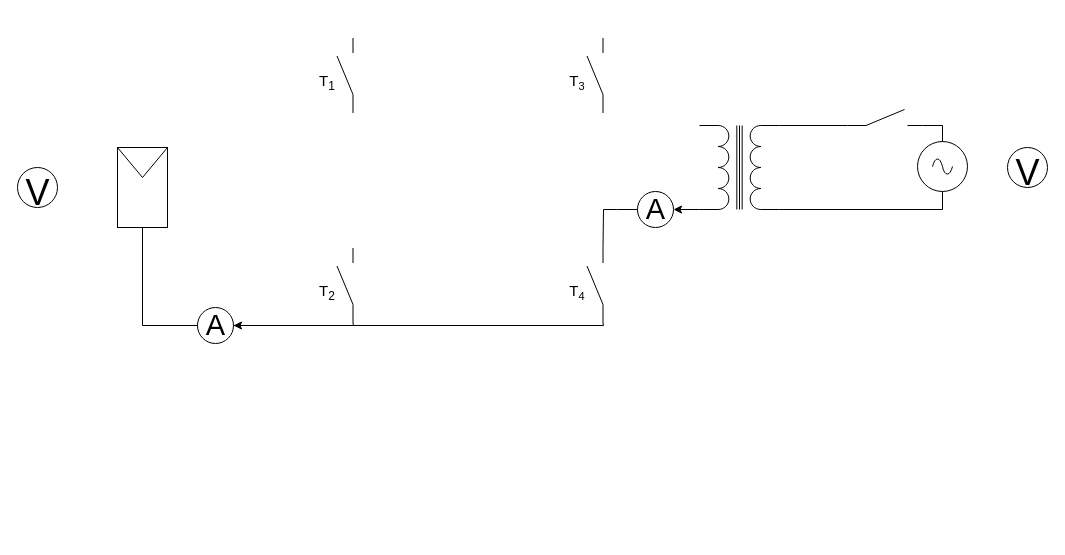
The draw.io diagram Regelungskreis_FS.drawio in Lostqw1/Funfun, before the edit. Source tidied: cells renumbered, new cells numbered last; positions are measured from the earlier drawing's top-left corner, leaving out a move shared by most shapes. Both pictures are drawn from the tidied source at 100%, with x=0, y=0 at pixel (17, 67).
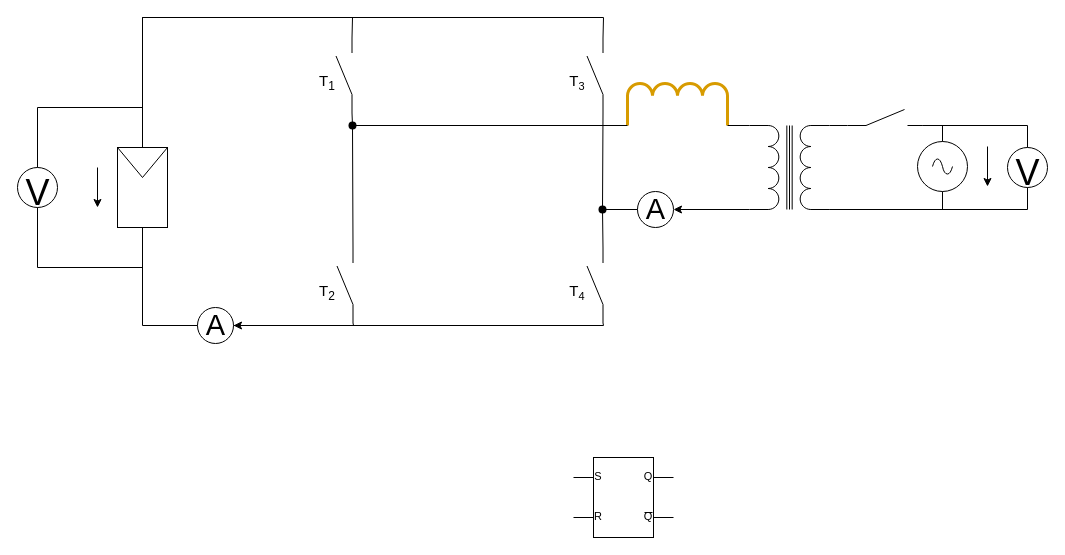
The same page after the edit.

The change refers to these unchanged cells:
```xml
<mxCell id="3" style="rounded=0;whiteSpace=wrap;html=1;" parent="1" vertex="1">
  <mxGeometry x="100" y="80" width="50" height="80" as="geometry" />
</mxCell>
<mxCell id="5" style="verticalLabelPosition=bottom;shadow=0;dashed=0;align=center;html=1;verticalAlign=top;shape=mxgraph.electrical.electro-mechanical.make_contact;" parent="1" vertex="1">
  <mxGeometry x="830" y="42" width="75" height="16" as="geometry" />
</mxCell>
<mxCell id="11" style="verticalLabelPosition=bottom;shadow=0;dashed=0;align=center;html=1;verticalAlign=top;shape=mxgraph.electrical.electro-mechanical.make_contact;rotation=-90;" parent="1" vertex="1">
  <mxGeometry x="540" width="75" height="16" as="geometry" />
</mxCell>
<mxCell id="12" style="verticalLabelPosition=bottom;shadow=0;dashed=0;align=center;html=1;verticalAlign=top;shape=mxgraph.electrical.electro-mechanical.make_contact;rotation=-90;" parent="1" vertex="1">
  <mxGeometry x="290" y="210" width="75" height="16" as="geometry" />
</mxCell>
<mxCell id="13" style="verticalLabelPosition=bottom;shadow=0;dashed=0;align=center;html=1;verticalAlign=top;shape=mxgraph.electrical.electro-mechanical.make_contact;rotation=-90;" parent="1" vertex="1">
  <mxGeometry x="540" y="210" width="75" height="16" as="geometry" />
</mxCell>
<mxCell id="19" value="&lt;font style=&quot;font-size: 36px;&quot;&gt;V&lt;/font&gt;" style="verticalLabelPosition=middle;shadow=0;dashed=0;align=center;html=1;verticalAlign=middle;strokeWidth=1;shape=ellipse;fontSize=50;" parent="1" vertex="1">
  <mxGeometry y="100" width="40" height="40" as="geometry" />
</mxCell>
<mxCell id="20" value="&lt;font style=&quot;font-size: 36px;&quot;&gt;V&lt;/font&gt;" style="verticalLabelPosition=middle;shadow=0;dashed=0;align=center;html=1;verticalAlign=middle;strokeWidth=1;shape=ellipse;fontSize=50;" parent="1" vertex="1">
  <mxGeometry x="990" y="80" width="40" height="40" as="geometry" />
</mxCell>
<mxCell id="21" value="A" style="verticalLabelPosition=middle;shadow=0;dashed=0;align=center;html=1;verticalAlign=middle;strokeWidth=1;shape=ellipse;fontSize=29;" parent="1" vertex="1">
  <mxGeometry x="620" y="124" width="36" height="36" as="geometry" />
</mxCell>
```

The edit, as a diff of the source:
```diff
@@
     <mxCell id="2" style="verticalLabelPosition=bottom;shadow=0;dashed=0;align=center;html=1;verticalAlign=top;shape=mxgraph.electrical.inductors.transformer_1;rotation=90;" parent="1" vertex="1">
-      <mxGeometry x="680" y="60" width="84" height="80" as="geometry" />
+      <mxGeometry x="730" y="60" width="84" height="80" as="geometry" />
     </mxCell>
@@
     <mxCell id="10" style="verticalLabelPosition=bottom;shadow=0;dashed=0;align=center;html=1;verticalAlign=top;shape=mxgraph.electrical.electro-mechanical.make_contact;rotation=-90;" parent="1" vertex="1">
-      <mxGeometry x="290" width="75" height="16" as="geometry" />
+      <mxGeometry x="289" width="75" height="16" as="geometry" />
     </mxCell>
@@
-    <mxCell id="26" style="endArrow=none;html=1;rounded=0;entryX=0;entryY=0.5;entryDx=0;entryDy=0;exitX=1;exitY=1;exitDx=0;exitDy=0;exitPerimeter=0;" parent="1" edge="1" source="13" target="21">
-      <mxGeometry relative="1" as="geometry">
-        <Array as="points">
-          <mxPoint x="586" y="142" />
-          <mxPoint x="600" y="142" />
-        </Array>
-      </mxGeometry>
-    </mxCell>
+    <mxCell id="27" style="verticalLabelPosition=bottom;shadow=0;dashed=0;align=center;html=1;verticalAlign=top;shape=mxgraph.electrical.logic_gates.rs_latch;" parent="1" vertex="1">
+      <mxGeometry x="556" y="390" width="100" height="80" as="geometry" />
+    </mxCell>
+    <mxCell id="28" style="verticalLabelPosition=bottom;shadow=0;dashed=0;align=center;html=1;verticalAlign=top;shape=mxgraph.electrical.inductors.inductor;fillColor=#ffe6cc;strokeColor=#d79b00;strokeWidth=3;" parent="1" vertex="1">
+      <mxGeometry x="610" y="16" width="100" height="42" as="geometry" />
+    </mxCell>
+    <mxCell id="29" style="endArrow=none;html=1;rounded=0;entryX=1;entryY=1;entryDx=0;entryDy=0;entryPerimeter=0;exitX=0;exitY=1;exitDx=0;exitDy=0;exitPerimeter=0;" parent="1" edge="1" source="2" target="28">
+      <mxGeometry relative="1" as="geometry" />
+    </mxCell>
+    <mxCell id="30" style="shape=waypoint;sketch=0;fillStyle=solid;size=6;points=[];fillColor=none;perimeter=centerPerimeter;snapToPoint=1;strokeWidth=2;" parent="1" vertex="1">
+      <mxGeometry x="325" y="48" width="20" height="20" as="geometry" />
+    </mxCell>
+    <mxCell id="31" style="endArrow=none;html=1;rounded=0;entryX=0;entryY=1;entryDx=0;entryDy=0;entryPerimeter=0;exitX=0.4;exitY=0.75;exitDx=0;exitDy=0;exitPerimeter=0;" parent="1" edge="1" source="30" target="28">
+      <mxGeometry relative="1" as="geometry" />
+    </mxCell>
+    <mxCell id="32" style="endArrow=none;html=1;rounded=0;entryX=0.65;entryY=0.85;entryDx=0;entryDy=0;entryPerimeter=0;exitX=0;exitY=1;exitDx=0;exitDy=0;exitPerimeter=0;" parent="1" edge="1" source="10" target="30">
+      <mxGeometry relative="1" as="geometry" />
+    </mxCell>
+    <mxCell id="33" style="endArrow=none;html=1;rounded=0;exitX=1;exitY=1;exitDx=0;exitDy=0;exitPerimeter=0;" parent="1" edge="1" source="12">
+      <mxGeometry relative="1" as="geometry">
+        <mxPoint x="335" y="58" as="targetPoint" />
+      </mxGeometry>
+    </mxCell>
+    <mxCell id="34" style="shape=waypoint;sketch=0;fillStyle=solid;size=6;points=[];fillColor=none;perimeter=centerPerimeter;snapToPoint=1;strokeWidth=2;" parent="1" vertex="1">
+      <mxGeometry x="575" y="132" width="20" height="20" as="geometry" />
+    </mxCell>
+    <mxCell id="35" style="endArrow=none;html=1;rounded=0;entryX=0;entryY=0.5;entryDx=0;entryDy=0;exitX=0.5;exitY=0.65;exitDx=0;exitDy=0;exitPerimeter=0;" parent="1" edge="1" source="34" target="21">
+      <mxGeometry relative="1" as="geometry" />
+    </mxCell>
+    <mxCell id="36" style="endArrow=none;html=1;rounded=0;entryX=1;entryY=1;entryDx=0;entryDy=0;entryPerimeter=0;exitX=0.45;exitY=0.35;exitDx=0;exitDy=0;exitPerimeter=0;" parent="1" edge="1" source="34" target="13">
+      <mxGeometry relative="1" as="geometry" />
+    </mxCell>
+    <mxCell id="37" style="endArrow=none;html=1;rounded=0;entryX=0;entryY=1;entryDx=0;entryDy=0;entryPerimeter=0;exitX=0.45;exitY=0.3;exitDx=0;exitDy=0;exitPerimeter=0;" parent="1" edge="1" source="34" target="11">
+      <mxGeometry relative="1" as="geometry" />
+    </mxCell>
+    <mxCell id="38" style="endArrow=none;html=1;rounded=0;entryX=0.5;entryY=1;entryDx=0;entryDy=0;exitX=1;exitY=0;exitDx=0;exitDy=0;exitPerimeter=0;" parent="1" edge="1" source="2" target="20">
+      <mxGeometry relative="1" as="geometry">
+        <Array as="points">
+          <mxPoint x="1010" y="142" />
+        </Array>
+      </mxGeometry>
+    </mxCell>
+    <mxCell id="39" style="endArrow=none;html=1;rounded=0;entryX=1;entryY=1;entryDx=0;entryDy=0;entryPerimeter=0;exitX=0.5;exitY=0;exitDx=0;exitDy=0;" parent="1" edge="1" source="20" target="5">
+      <mxGeometry relative="1" as="geometry">
+        <Array as="points">
+          <mxPoint x="1010" y="58" />
+        </Array>
+      </mxGeometry>
+    </mxCell>
+    <mxCell id="40" style="endArrow=none;html=1;rounded=0;entryX=0.5;entryY=1;entryDx=0;entryDy=0;exitX=0.5;exitY=1;exitDx=0;exitDy=0;" parent="1" edge="1" source="3" target="19">
+      <mxGeometry relative="1" as="geometry">
+        <Array as="points">
+          <mxPoint x="125" y="200" />
+          <mxPoint x="20" y="200" />
+        </Array>
+      </mxGeometry>
+    </mxCell>
+    <mxCell id="41" style="endArrow=none;html=1;rounded=0;entryX=1;entryY=1;entryDx=0;entryDy=0;entryPerimeter=0;exitX=0.5;exitY=0;exitDx=0;exitDy=0;" parent="1" edge="1" source="3" target="11">
+      <mxGeometry relative="1" as="geometry">
+        <Array as="points">
+          <mxPoint x="125" y="-50" />
+          <mxPoint x="586" y="-50" />
+        </Array>
+      </mxGeometry>
+    </mxCell>
+    <mxCell id="42" style="endArrow=none;html=1;rounded=0;entryX=1;entryY=1;entryDx=0;entryDy=0;entryPerimeter=0;exitX=0.5;exitY=0;exitDx=0;exitDy=0;" parent="1" edge="1" source="3" target="10">
+      <mxGeometry relative="1" as="geometry">
+        <Array as="points">
+          <mxPoint x="125" y="-50" />
+          <mxPoint x="335" y="-50" />
+        </Array>
+      </mxGeometry>
+    </mxCell>
+    <mxCell id="43" style="endArrow=none;html=1;rounded=0;entryX=0.5;entryY=0;entryDx=0;entryDy=0;exitX=0.5;exitY=0;exitDx=0;exitDy=0;" parent="1" edge="1" source="19" target="3">
+      <mxGeometry relative="1" as="geometry">
+        <Array as="points">
+          <mxPoint x="20" y="40" />
+          <mxPoint x="125" y="40" />
+        </Array>
+      </mxGeometry>
+    </mxCell>
+    <mxCell id="44" style="endArrow=classic;html=1;rounded=0;" parent="1" edge="1">
+      <mxGeometry relative="1" as="geometry">
+        <mxPoint x="80" y="100" as="sourcePoint" />
+        <mxPoint x="80" y="140" as="targetPoint" />
+      </mxGeometry>
+    </mxCell>
+    <mxCell id="45" style="endArrow=classic;html=1;rounded=0;" parent="1" edge="1">
+      <mxGeometry relative="1" as="geometry">
+        <mxPoint x="970" y="79" as="sourcePoint" />
+        <mxPoint x="970" y="119" as="targetPoint" />
+      </mxGeometry>
+    </mxCell>
```
